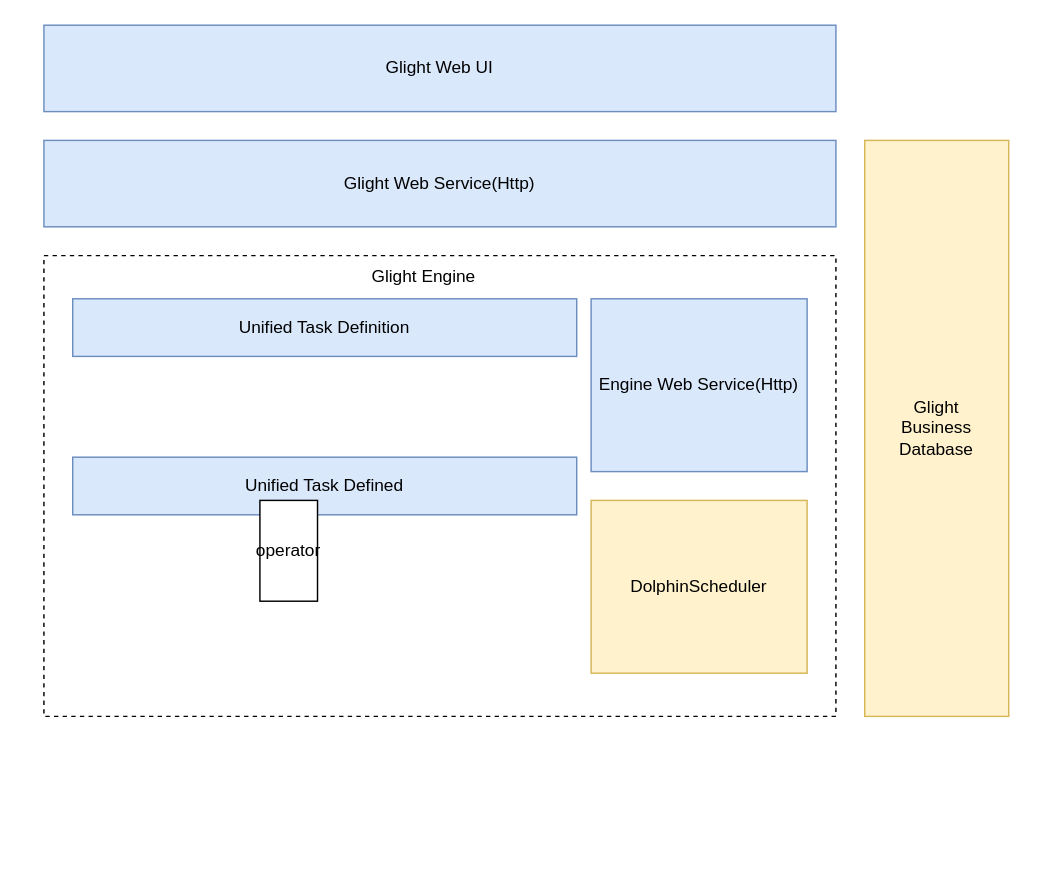
This is 经纶架构图.drawio from wroldchinalee/drawio, a draw.io file, before an edit. Source tidied: cells renumbered, new cells numbered last; positions are measured from the earlier drawing's top-left corner, leaving out a move shared by most shapes. Both pictures are drawn from the tidied source at 144%, with x=0, y=0 at pixel (43, 24).
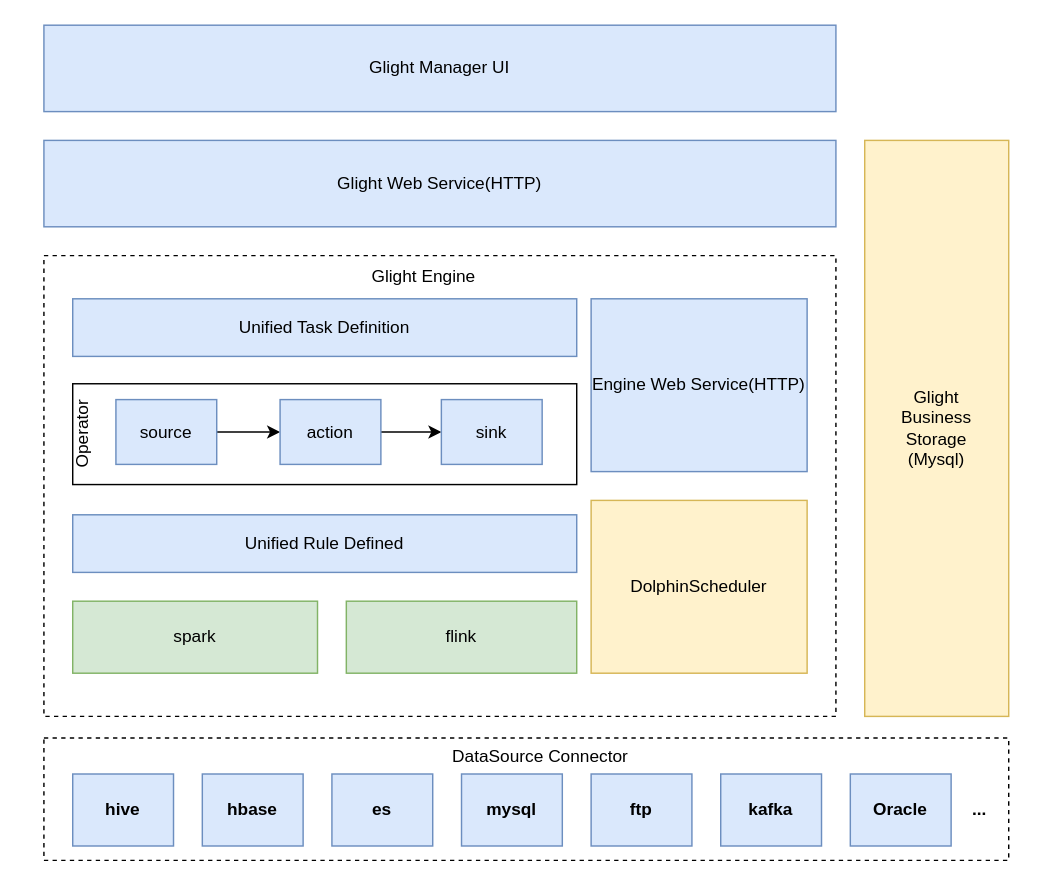
After the change.

Commit message (it also covers changes not shown here):
更新经纶架构图.drawio

What changed in the source:
```diff
@@
-    <mxCell id="3" value="Glight Web UI" style="rounded=0;whiteSpace=wrap;html=1;fillColor=#dae8fc;strokeColor=#6c8ebf;" parent="1" vertex="1">
+    <mxCell id="3" value="Glight Manager UI" style="rounded=0;whiteSpace=wrap;html=1;fillColor=#dae8fc;strokeColor=#6c8ebf;" parent="1" vertex="1">
       <mxGeometry width="550" height="60" as="geometry" />
     </mxCell>
-    <mxCell id="4" value="Glight Web Service(Http)" style="rounded=0;whiteSpace=wrap;html=1;fillColor=#dae8fc;strokeColor=#6c8ebf;" parent="1" vertex="1">
+    <mxCell id="4" value="Glight Web Service(HTTP)" style="rounded=0;whiteSpace=wrap;html=1;fillColor=#dae8fc;strokeColor=#6c8ebf;" parent="1" vertex="1">
       <mxGeometry y="80" width="550" height="60" as="geometry" />
     </mxCell>
@@
-    <mxCell id="6" value="Glight&lt;br&gt;Business&lt;br&gt;Database" style="rounded=0;whiteSpace=wrap;html=1;fillColor=#fff2cc;strokeColor=#d6b656;" parent="1" vertex="1">
+    <mxCell id="6" value="Glight&lt;br&gt;Business&lt;br&gt;Storage&lt;br&gt;(Mysql)" style="rounded=0;whiteSpace=wrap;html=1;fillColor=#fff2cc;strokeColor=#d6b656;" parent="1" vertex="1">
       <mxGeometry x="570" y="80" width="100" height="400" as="geometry" />
     </mxCell>
-    <mxCell id="7" value="Engine Web Service(Http)" style="rounded=0;whiteSpace=wrap;html=1;fillColor=#dae8fc;strokeColor=#6c8ebf;" parent="1" vertex="1">
+    <mxCell id="7" value="Engine Web Service(HTTP)" style="rounded=0;whiteSpace=wrap;html=1;fillColor=#dae8fc;strokeColor=#6c8ebf;" parent="1" vertex="1">
       <mxGeometry x="380" y="190" width="150" height="120" as="geometry" />
     </mxCell>
@@
-    <mxCell id="10" value="Unified Task Defined" style="rounded=0;whiteSpace=wrap;html=1;fillColor=#dae8fc;strokeColor=#6c8ebf;" parent="1" vertex="1">
-      <mxGeometry x="20" y="300" width="350" height="40" as="geometry" />
+    <mxCell id="10" value="Unified Rule Defined" style="rounded=0;whiteSpace=wrap;html=1;fillColor=#dae8fc;strokeColor=#6c8ebf;" parent="1" vertex="1">
+      <mxGeometry x="20" y="340" width="350" height="40" as="geometry" />
     </mxCell>
-    <mxCell id="11" value="operator" style="rounded=0;whiteSpace=wrap;html=1;" parent="1" vertex="1">
-      <mxGeometry x="150" y="330" width="40" height="70" as="geometry" />
+    <mxCell id="11" style="rounded=0;whiteSpace=wrap;html=1;" parent="1" vertex="1">
+      <mxGeometry x="20" y="249" width="350" height="70" as="geometry" />
     </mxCell>
+    <mxCell id="12" value="Operator" style="text;html=1;strokeColor=none;fillColor=none;align=center;verticalAlign=middle;whiteSpace=wrap;rounded=0;fontFamily=Helvetica;rotation=-90;" parent="1" vertex="1">
+      <mxGeometry x="20" y="243.4" width="14.9" height="81.3" as="geometry" />
+    </mxCell>
+    <mxCell id="13" style="edgeStyle=orthogonalEdgeStyle;rounded=0;jettySize=auto;html=1;fontFamily=Helvetica;" parent="1" edge="1" source="14" target="16">
+      <mxGeometry relative="1" as="geometry" />
+    </mxCell>
+    <mxCell id="14" value="source" style="rounded=0;whiteSpace=wrap;html=1;fontFamily=Helvetica;fillColor=#dae8fc;strokeColor=#6c8ebf;" parent="1" vertex="1">
+      <mxGeometry x="50" y="260" width="70" height="45" as="geometry" />
+    </mxCell>
+    <mxCell id="15" style="edgeStyle=orthogonalEdgeStyle;rounded=0;jettySize=auto;html=1;entryX=0;entryY=0.5;entryDx=0;entryDy=0;fontFamily=Helvetica;" parent="1" edge="1" source="16" target="17">
+      <mxGeometry relative="1" as="geometry" />
+    </mxCell>
+    <mxCell id="16" value="action" style="rounded=0;whiteSpace=wrap;html=1;fontFamily=Helvetica;fillColor=#dae8fc;strokeColor=#6c8ebf;" parent="1" vertex="1">
+      <mxGeometry x="164" y="260" width="70" height="45" as="geometry" />
+    </mxCell>
+    <mxCell id="17" value="sink" style="rounded=0;whiteSpace=wrap;html=1;fontFamily=Helvetica;fillColor=#dae8fc;strokeColor=#6c8ebf;" parent="1" vertex="1">
+      <mxGeometry x="276" y="260" width="70" height="45" as="geometry" />
+    </mxCell>
+    <mxCell id="18" value="spark" style="rounded=0;whiteSpace=wrap;html=1;fontFamily=Helvetica;fillColor=#d5e8d4;strokeColor=#82b366;" parent="1" vertex="1">
+      <mxGeometry x="20" y="400" width="170" height="50" as="geometry" />
+    </mxCell>
+    <mxCell id="19" value="flink" style="rounded=0;whiteSpace=wrap;html=1;fontFamily=Helvetica;fillColor=#d5e8d4;strokeColor=#82b366;" parent="1" vertex="1">
+      <mxGeometry x="210" y="400" width="160" height="50" as="geometry" />
+    </mxCell>
+    <mxCell id="20" style="rounded=0;whiteSpace=wrap;html=1;fontFamily=Helvetica;dashed=1;" parent="1" vertex="1">
+      <mxGeometry y="495" width="670" height="85" as="geometry" />
+    </mxCell>
+    <mxCell id="21" value="DataSource Connector" style="text;html=1;strokeColor=none;fillColor=none;align=center;verticalAlign=middle;whiteSpace=wrap;rounded=0;fontFamily=Helvetica;" parent="1" vertex="1">
+      <mxGeometry x="260" y="495" width="170" height="25" as="geometry" />
+    </mxCell>
+    <mxCell id="22" value="&lt;b&gt;hive&lt;/b&gt;" style="rounded=0;whiteSpace=wrap;html=1;fontFamily=Helvetica;fillColor=#dae8fc;strokeColor=#6c8ebf;" parent="1" vertex="1">
+      <mxGeometry x="20" y="520" width="70" height="50" as="geometry" />
+    </mxCell>
+    <mxCell id="23" value="&lt;b&gt;hbase&lt;/b&gt;" style="rounded=0;whiteSpace=wrap;html=1;fontFamily=Helvetica;fillColor=#dae8fc;strokeColor=#6c8ebf;" parent="1" vertex="1">
+      <mxGeometry x="110" y="520" width="70" height="50" as="geometry" />
+    </mxCell>
+    <mxCell id="24" value="&lt;b&gt;es&lt;/b&gt;" style="rounded=0;whiteSpace=wrap;html=1;fontFamily=Helvetica;fillColor=#dae8fc;strokeColor=#6c8ebf;" parent="1" vertex="1">
+      <mxGeometry x="200" y="520" width="70" height="50" as="geometry" />
+    </mxCell>
+    <mxCell id="25" value="&lt;b&gt;mysql&lt;/b&gt;" style="rounded=0;whiteSpace=wrap;html=1;fontFamily=Helvetica;fillColor=#dae8fc;strokeColor=#6c8ebf;" parent="1" vertex="1">
+      <mxGeometry x="290" y="520" width="70" height="50" as="geometry" />
+    </mxCell>
+    <mxCell id="26" value="&lt;b&gt;ftp&lt;/b&gt;" style="rounded=0;whiteSpace=wrap;html=1;fontFamily=Helvetica;fillColor=#dae8fc;strokeColor=#6c8ebf;" parent="1" vertex="1">
+      <mxGeometry x="380" y="520" width="70" height="50" as="geometry" />
+    </mxCell>
+    <mxCell id="27" value="&lt;b&gt;kafka&lt;/b&gt;" style="rounded=0;whiteSpace=wrap;html=1;fontFamily=Helvetica;fillColor=#dae8fc;strokeColor=#6c8ebf;" parent="1" vertex="1">
+      <mxGeometry x="470" y="520" width="70" height="50" as="geometry" />
+    </mxCell>
+    <mxCell id="28" value="&lt;b&gt;Oracle&lt;/b&gt;" style="rounded=0;whiteSpace=wrap;html=1;fontFamily=Helvetica;fillColor=#dae8fc;strokeColor=#6c8ebf;" parent="1" vertex="1">
+      <mxGeometry x="560" y="520" width="70" height="50" as="geometry" />
+    </mxCell>
+    <mxCell id="29" value="&lt;b&gt;...&lt;/b&gt;" style="text;html=1;strokeColor=none;fillColor=none;align=center;verticalAlign=middle;whiteSpace=wrap;rounded=0;fontFamily=Helvetica;" parent="1" vertex="1">
+      <mxGeometry x="620" y="530" width="60" height="30" as="geometry" />
+    </mxCell>
```
